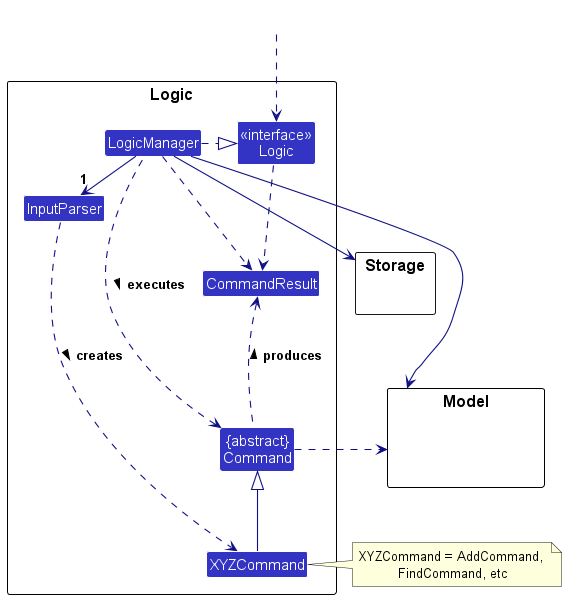
Earlier version of the PlantUML export docs/images/LogicClassDiagram.png (nus-cs2103-AY2324S1/tp).
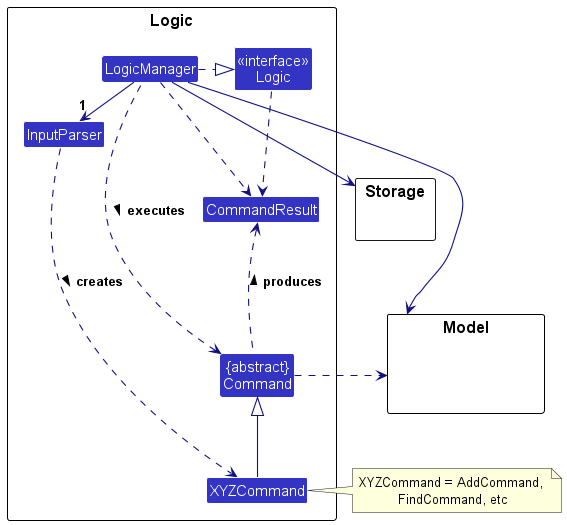
Later version of the same file.

Diff of the diagram source:
```diff
@@ -24,7 +24,6 @@
 }
 
 Class HiddenOutside #FFFFFF
-HiddenOutside ..> Logic
 
 LogicManager .right.|> Logic
 LogicManager -right->"1" InputParser
```
